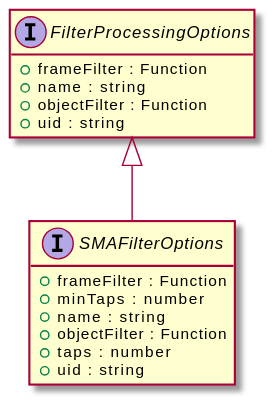
Above: assets/SMAFilterOptions-umlClassDiagram-14197.svg in OpenHPS/openhps-core (PlantUML), before the change. The source it was exported from:
```plantuml
@startuml
skinparam BackgroundColor transparent
hide empty methods
hide empty fields
interface "SMAFilterOptions" {
    +frameFilter : Function
    +minTaps : number
    +name : string
    +objectFilter : Function
    +taps : number
    +uid : string
}
interface "FilterProcessingOptions" {
    +frameFilter : Function
    +name : string
    +objectFilter : Function
    +uid : string
}
"FilterProcessingOptions" <|-- "SMAFilterOptions"
@enduml
```
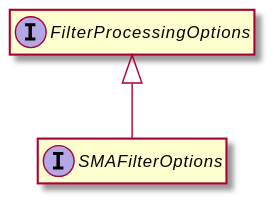
After the change.

What changed in the source:
```diff
@@ -3,18 +3,8 @@
 hide empty methods
 hide empty fields
 interface "SMAFilterOptions" {
-    +frameFilter : Function
-    +minTaps : number
-    +name : string
-    +objectFilter : Function
-    +taps : number
-    +uid : string
 }
 interface "FilterProcessingOptions" {
-    +frameFilter : Function
-    +name : string
-    +objectFilter : Function
-    +uid : string
 }
 "FilterProcessingOptions" <|-- "SMAFilterOptions"
 @enduml
```
